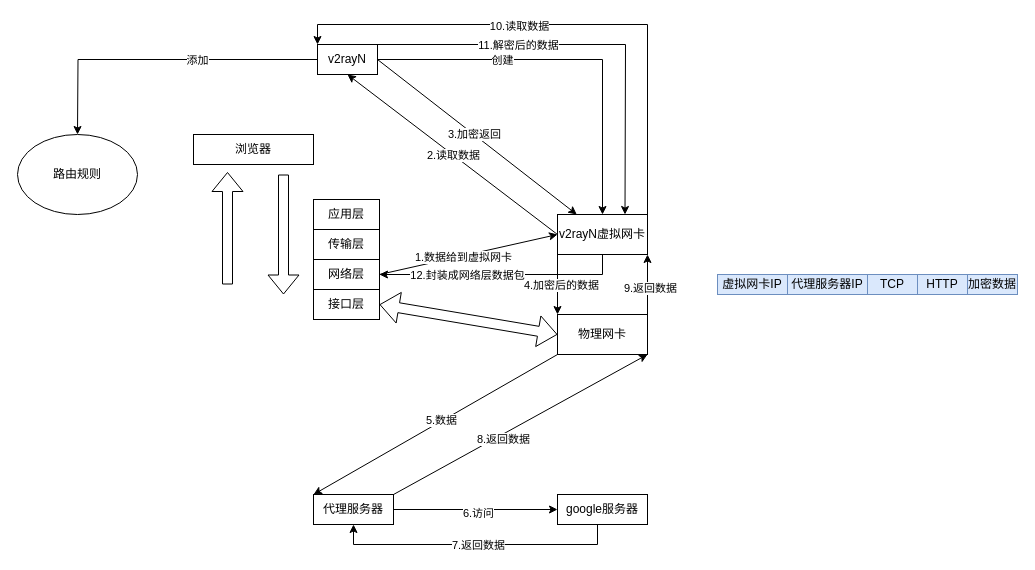
Above: 0.学习笔记/a03.计算机网络/Resource/drawio/Tun模式.drawio in mowang111/personal_knowledge_repository (draw.io), before the change. Source tidied: cells renumbered, new cells numbered last; positions are measured from the earlier drawing's top-left corner, leaving out a move shared by most shapes. Both pictures are drawn from the tidied source at 100%, with x=0, y=0 at pixel (17, 24).
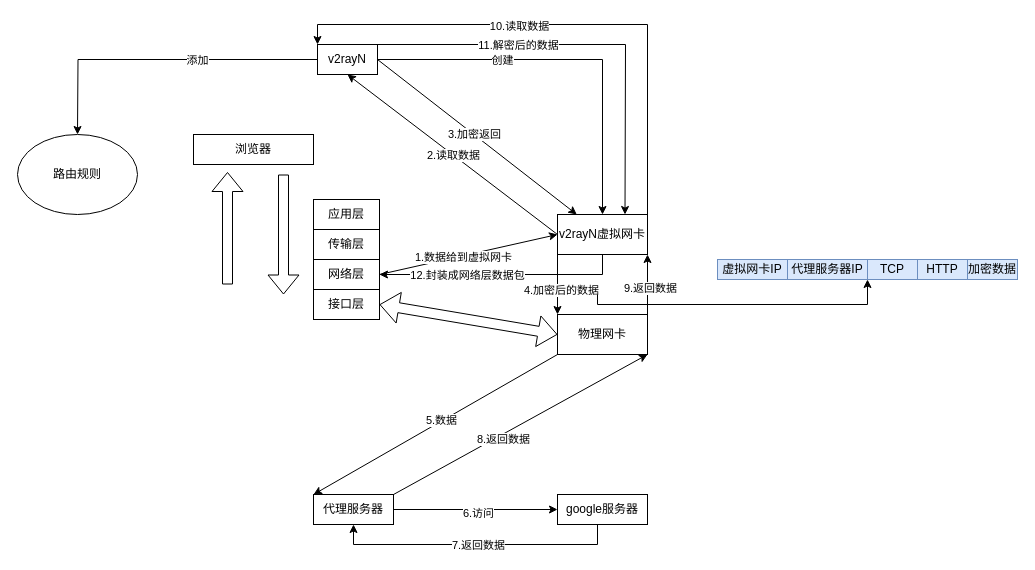
Above is the later version.

Commit message:
vault backup: 2024-01-18 13:11:09

Unchanged cells that the change refers to:
```xml
<mxCell id="23" style="endArrow=classic;html=1;rounded=0;entryX=0;entryY=0;entryDx=0;entryDy=0;exitX=0;exitY=1;exitDx=0;exitDy=0;" parent="1" edge="1" source="9" target="11">
  <mxGeometry relative="1" as="geometry" />
</mxCell>
```

The edit, as a diff of the source:
```diff
@@
     <mxCell id="24" value="4.加密后的数据" style="edgeLabel;html=1;align=center;verticalAlign=middle;" parent="23" vertex="1">
-      <mxGeometry y="3" relative="1" as="geometry" />
+      <mxGeometry y="3" relative="1" as="geometry">
+        <mxPoint y="5" as="offset" />
+      </mxGeometry>
     </mxCell>
@@
     <mxCell id="44" value="虚拟网卡IP" style="rounded=0;whiteSpace=wrap;html=1;fillColor=#dae8fc;strokeColor=#6c8ebf;" parent="1" vertex="1">
-      <mxGeometry x="700" y="250" width="70" height="20" as="geometry" />
+      <mxGeometry x="700" y="235" width="70" height="20" as="geometry" />
     </mxCell>
     <mxCell id="45" value="代理服务器IP" style="rounded=0;whiteSpace=wrap;html=1;fillColor=#dae8fc;strokeColor=#6c8ebf;" parent="1" vertex="1">
-      <mxGeometry x="770" y="250" width="80" height="20" as="geometry" />
+      <mxGeometry x="770" y="235" width="80" height="20" as="geometry" />
     </mxCell>
     <mxCell id="46" value="TCP" style="rounded=0;whiteSpace=wrap;html=1;fillColor=#dae8fc;strokeColor=#6c8ebf;" parent="1" vertex="1">
-      <mxGeometry x="850" y="250" width="50" height="20" as="geometry" />
+      <mxGeometry x="850" y="235" width="50" height="20" as="geometry" />
     </mxCell>
     <mxCell id="47" value="HTTP" style="rounded=0;whiteSpace=wrap;html=1;fillColor=#dae8fc;strokeColor=#6c8ebf;" parent="1" vertex="1">
-      <mxGeometry x="900" y="250" width="50" height="20" as="geometry" />
+      <mxGeometry x="900" y="235" width="50" height="20" as="geometry" />
     </mxCell>
     <mxCell id="48" value="加密数据" style="rounded=0;whiteSpace=wrap;html=1;fillColor=#dae8fc;strokeColor=#6c8ebf;" parent="1" vertex="1">
-      <mxGeometry x="950" y="250" width="50" height="20" as="geometry" />
+      <mxGeometry x="950" y="235" width="50" height="20" as="geometry" />
     </mxCell>
+    <mxCell id="49" style="endArrow=classic;html=1;rounded=0;entryX=1;entryY=1;entryDx=0;entryDy=0;" parent="1" edge="1" target="45">
+      <mxGeometry relative="1" as="geometry">
+        <mxPoint x="580" y="270" as="sourcePoint" />
+        <Array as="points">
+          <mxPoint x="580" y="280" />
+          <mxPoint x="850" y="280" />
+        </Array>
+      </mxGeometry>
+    </mxCell>
```
